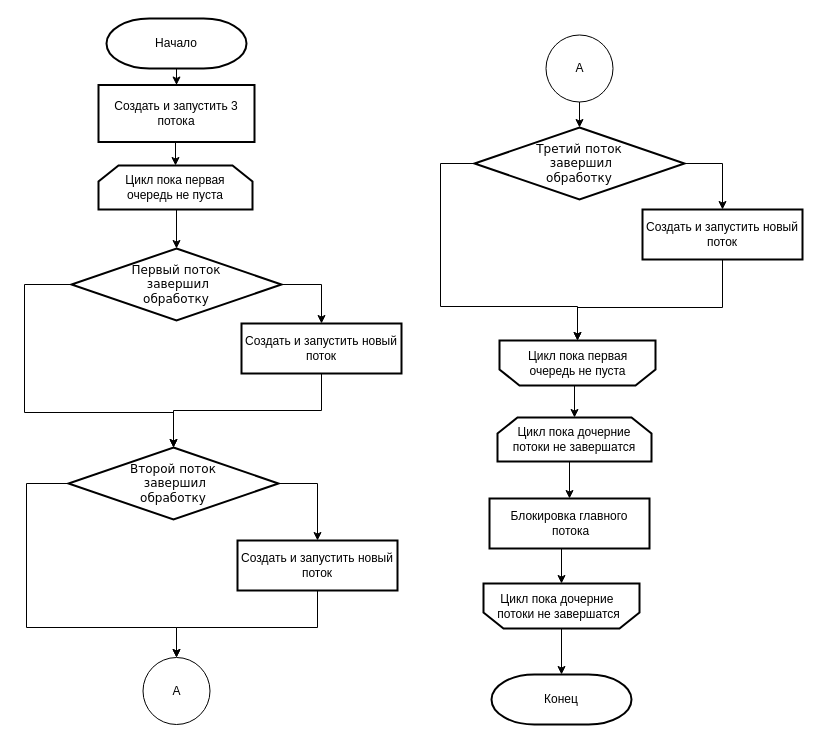
kpirap18/BMSTU-AA-sem5 keeps this draw.io diagram as page "главная" (1 of 3) of lab_05/conv.drawio. Above is the earlier version. Source tidied: cells renumbered, new cells numbered last; positions are measured from the earlier drawing's top-left corner, leaving out a move shared by most shapes. Both pictures are drawn from the tidied source at 100%, with x=0, y=0 at pixel (24, 18).
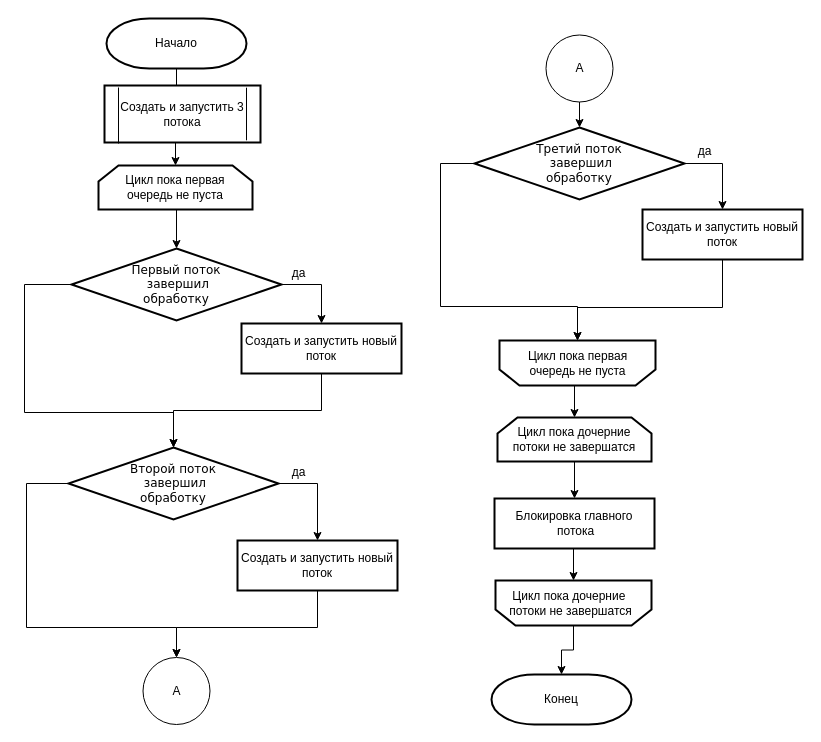
After the change.

Change to the diagram source:
```diff
@@
     <mxCell id="5" value="Создать и запустить 3 потока" style="rounded=0;whiteSpace=wrap;html=1;strokeWidth=2;" parent="1" vertex="1">
-      <mxGeometry x="74" y="66.5" width="156" height="57" as="geometry" />
+      <mxGeometry x="80" y="67" width="156" height="57" as="geometry" />
     </mxCell>
@@
     <mxCell id="31" value="Блокировка главного&lt;br&gt;&amp;nbsp;потока" style="rounded=0;whiteSpace=wrap;html=1;strokeWidth=2;" parent="1" vertex="1">
-      <mxGeometry x="465" y="480" width="160" height="50" as="geometry" />
+      <mxGeometry x="470" y="480" width="160" height="50" as="geometry" />
     </mxCell>
     <mxCell id="32" style="group;" parent="1" vertex="1">
-      <mxGeometry x="459" y="565" width="156" height="45" as="geometry" />
+      <mxGeometry x="471" y="562" width="156" height="45" as="geometry" />
     </mxCell>
@@
+    <mxCell id="40" style="endArrow=none;html=1;" parent="1" edge="1">
+      <mxGeometry relative="1" as="geometry">
+        <mxPoint x="94" y="125" as="sourcePoint" />
+        <mxPoint x="94" y="69" as="targetPoint" />
+      </mxGeometry>
+    </mxCell>
+    <mxCell id="41" style="endArrow=none;html=1;" parent="1" edge="1">
+      <mxGeometry relative="1" as="geometry">
+        <mxPoint x="222" y="121.8" as="sourcePoint" />
+        <mxPoint x="222" y="69.2" as="targetPoint" />
+      </mxGeometry>
+    </mxCell>
+    <mxCell id="42" value="да" style="text;html=1;align=center;verticalAlign=middle;" parent="1" vertex="1">
+      <mxGeometry x="262" y="246" width="24" height="18" as="geometry" />
+    </mxCell>
+    <mxCell id="43" value="да" style="text;html=1;align=center;verticalAlign=middle;" parent="1" vertex="1">
+      <mxGeometry x="668" y="124" width="24" height="18" as="geometry" />
+    </mxCell>
+    <mxCell id="44" value="да" style="text;html=1;align=center;verticalAlign=middle;" parent="1" vertex="1">
+      <mxGeometry x="262" y="445" width="24" height="18" as="geometry" />
+    </mxCell>
```
